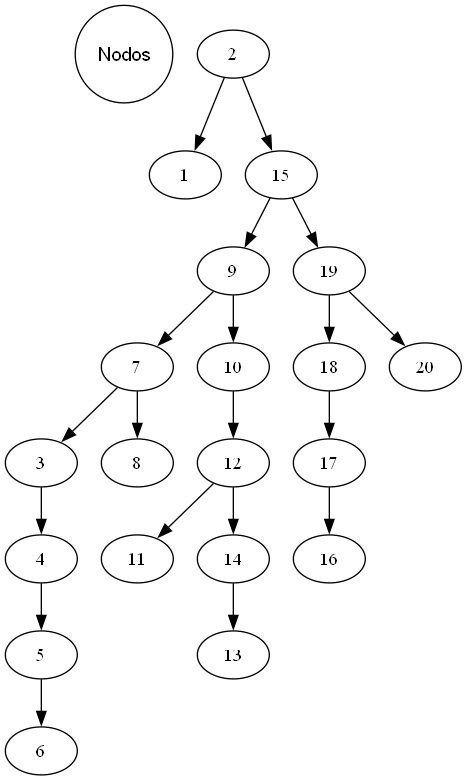
Before: busca/arvore.png, a diagram exported from Graphviz (Marxista4122/Thielo). Its source is kept beside it as busca/arvore.dot.
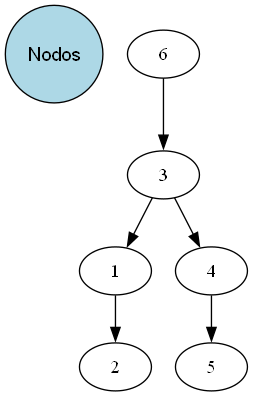
Above is the later version.

Change to the diagram source:
```diff
@@ -1,42 +1,14 @@
 digraph ArvoreBinaria {
-Nodos [shape=circle, fontname="Arial"];
+Nodos [shape=circle, fontname="Arial", style=filled, fillcolor=lightblue];
+  6;
+  6 -> 3;
+  3;
+  3 -> 1;
+  3 -> 4;
+  1;
+  1 -> 2;
   2;
-  2 -> 1;
-  2 -> 15;
-  1;
-  15;
-  15 -> 9;
-  15 -> 19;
-  9;
-  9 -> 7;
-  9 -> 10;
-  7;
-  7 -> 3;
-  7 -> 8;
-  3;
-  3 -> 4;
   4;
   4 -> 5;
   5;
-  5 -> 6;
-  6;
-  8;
-  10;
-  10 -> 12;
-  12;
-  12 -> 11;
-  12 -> 14;
-  11;
-  14;
-  14 -> 13;
-  13;
-  19;
-  19 -> 18;
-  19 -> 20;
-  18;
-  18 -> 17;
-  17;
-  17 -> 16;
-  16;
-  20;
 }
```
